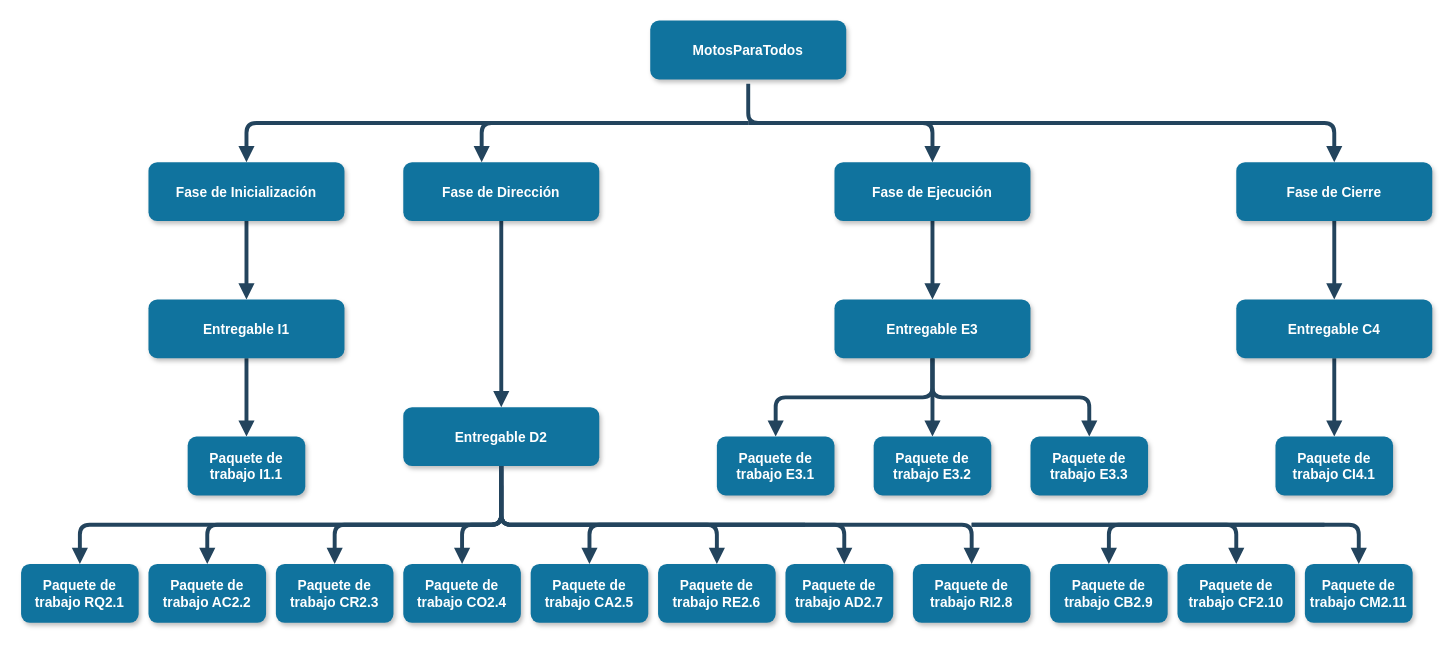
Earlier version of the draw.io diagram Sources/EDT.drawio (PabloMera6/PGPI-G2.15). Source tidied: cells renumbered, new cells numbered last; positions are measured from the earlier drawing's top-left corner, leaving out a move shared by most shapes. Both pictures are drawn from the tidied source at 98%, with x=0, y=0 at pixel (21, 21).
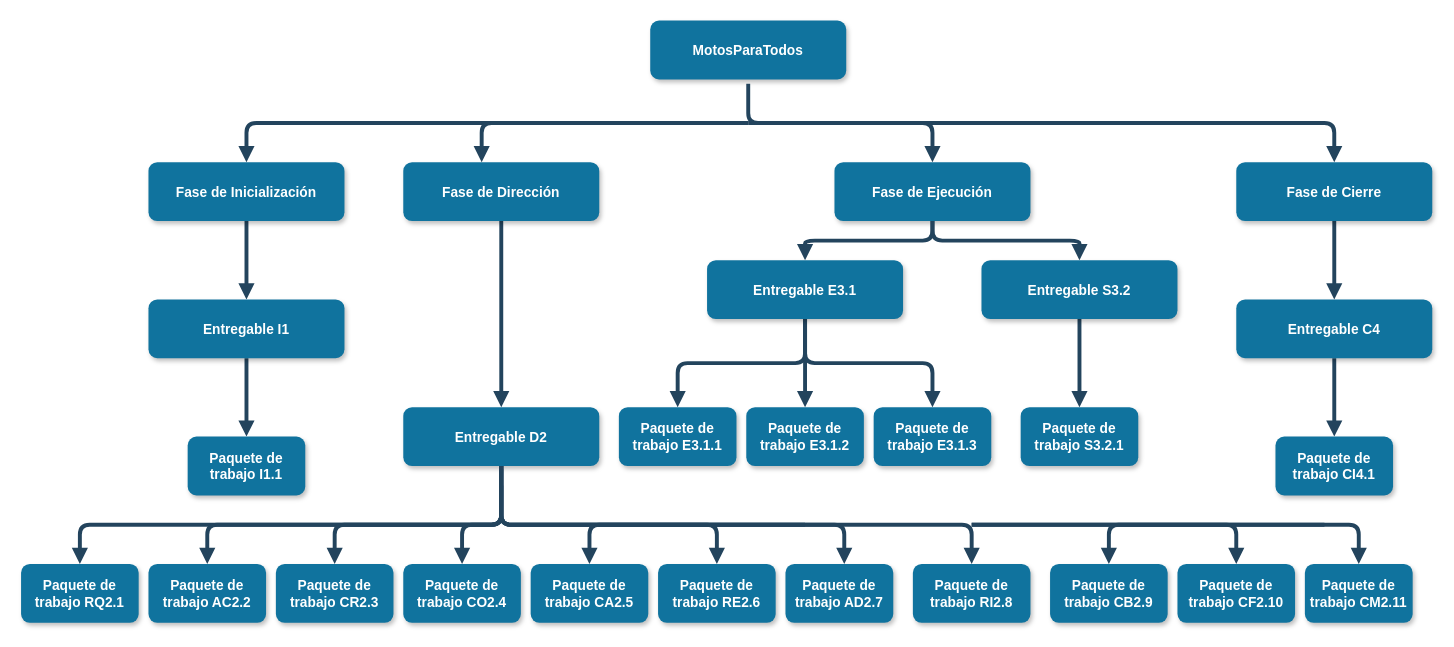
The same diagram, later.

What changed in the source:
```diff
@@
-    <mxCell id="47" value="Entregable E3" style="rounded=1;fillColor=#10739E;strokeColor=none;shadow=1;gradientColor=none;fontStyle=1;fontColor=#FFFFFF;fontSize=14;" parent="1" vertex="1">
-      <mxGeometry x="830" y="284" width="200" height="60" as="geometry" />
+    <mxCell id="47" value="Entregable E3.1" style="rounded=1;fillColor=#10739E;strokeColor=none;shadow=1;gradientColor=none;fontStyle=1;fontColor=#FFFFFF;fontSize=14;" parent="1" vertex="1">
+      <mxGeometry x="700" y="244" width="200" height="60" as="geometry" />
     </mxCell>
-    <mxCell id="48" value="Paquete de trabajo E3.1" style="whiteSpace=wrap;html=1;fontSize=14;fillColor=#10739E;strokeColor=none;fontColor=#FFFFFF;rounded=1;shadow=1;gradientColor=none;fontStyle=1;" parent="1" vertex="1">
-      <mxGeometry x="710" y="424" width="120" height="60" as="geometry" />
+    <mxCell id="48" value="Paquete de trabajo E3.1.1" style="whiteSpace=wrap;html=1;fontSize=14;fillColor=#10739E;strokeColor=none;fontColor=#FFFFFF;rounded=1;shadow=1;gradientColor=none;fontStyle=1;" parent="1" vertex="1">
+      <mxGeometry x="610" y="394" width="120" height="60" as="geometry" />
     </mxCell>
-    <mxCell id="49" value="Paquete de trabajo E3.2" style="whiteSpace=wrap;html=1;fontSize=14;fillColor=#10739E;strokeColor=none;fontColor=#FFFFFF;rounded=1;shadow=1;gradientColor=none;fontStyle=1;" parent="1" vertex="1">
-      <mxGeometry x="870" y="424" width="120" height="60" as="geometry" />
+    <mxCell id="49" value="Paquete de trabajo E3.1.2" style="whiteSpace=wrap;html=1;fontSize=14;fillColor=#10739E;strokeColor=none;fontColor=#FFFFFF;rounded=1;shadow=1;gradientColor=none;fontStyle=1;" parent="1" vertex="1">
+      <mxGeometry x="740" y="394" width="120" height="60" as="geometry" />
     </mxCell>
-    <mxCell id="50" value="Paquete de trabajo E3.3" style="whiteSpace=wrap;html=1;fontSize=14;fillColor=#10739E;strokeColor=none;fontColor=#FFFFFF;rounded=1;shadow=1;gradientColor=none;fontStyle=1;" parent="1" vertex="1">
-      <mxGeometry x="1030" y="424" width="120" height="60" as="geometry" />
+    <mxCell id="50" value="Paquete de trabajo E3.1.3" style="whiteSpace=wrap;html=1;fontSize=14;fillColor=#10739E;strokeColor=none;fontColor=#FFFFFF;rounded=1;shadow=1;gradientColor=none;fontStyle=1;" parent="1" vertex="1">
+      <mxGeometry x="870" y="394" width="120" height="60" as="geometry" />
     </mxCell>
+    <mxCell id="51" style="edgeStyle=orthogonalEdgeStyle;rounded=1;jettySize=auto;html=1;endArrow=block;strokeColor=#23445D;strokeWidth=4;endFill=1;fontStyle=1;" parent="1" edge="1" source="52" target="54">
+      <mxGeometry relative="1" as="geometry" />
+    </mxCell>
+    <mxCell id="52" value="Entregable S3.2" style="rounded=1;fillColor=#10739E;strokeColor=none;shadow=1;gradientColor=none;fontStyle=1;fontColor=#FFFFFF;fontSize=14;" parent="1" vertex="1">
+      <mxGeometry x="980" y="244" width="200" height="60" as="geometry" />
+    </mxCell>
+    <mxCell id="53" style="edgeStyle=orthogonalEdgeStyle;rounded=1;jettySize=auto;html=1;endArrow=block;strokeColor=#23445D;strokeWidth=4;endFill=1;fontStyle=1;" parent="1" edge="1" target="52">
+      <mxGeometry relative="1" as="geometry">
+        <mxPoint x="930" y="204" as="sourcePoint" />
+        <Array as="points">
+          <mxPoint x="930" y="224" />
+          <mxPoint x="1080" y="224" />
+        </Array>
+      </mxGeometry>
+    </mxCell>
+    <mxCell id="54" value="Paquete de trabajo S3.2.1" style="whiteSpace=wrap;html=1;fontSize=14;fillColor=#10739E;strokeColor=none;fontColor=#FFFFFF;rounded=1;shadow=1;gradientColor=none;fontStyle=1;" parent="1" vertex="1">
+      <mxGeometry x="1020" y="394" width="120" height="60" as="geometry" />
+    </mxCell>
```
